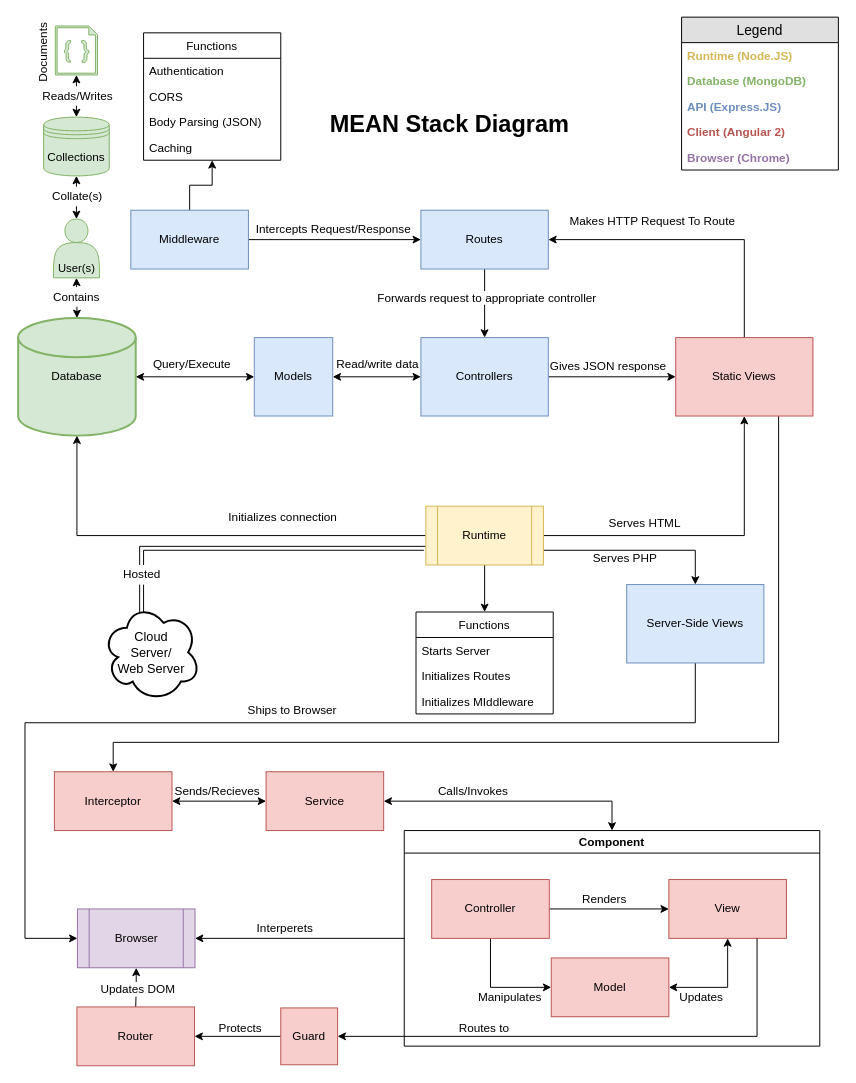
Earlier version of the draw.io diagram misc/MEAN-Stack.drawio (bag33188/PokeROM). Source tidied: cells renumbered, new cells numbered last; positions are measured from the earlier drawing's top-left corner, leaving out a move shared by most shapes. Both pictures are drawn from the tidied source at 98%, with x=0, y=0 at pixel (18, 17).
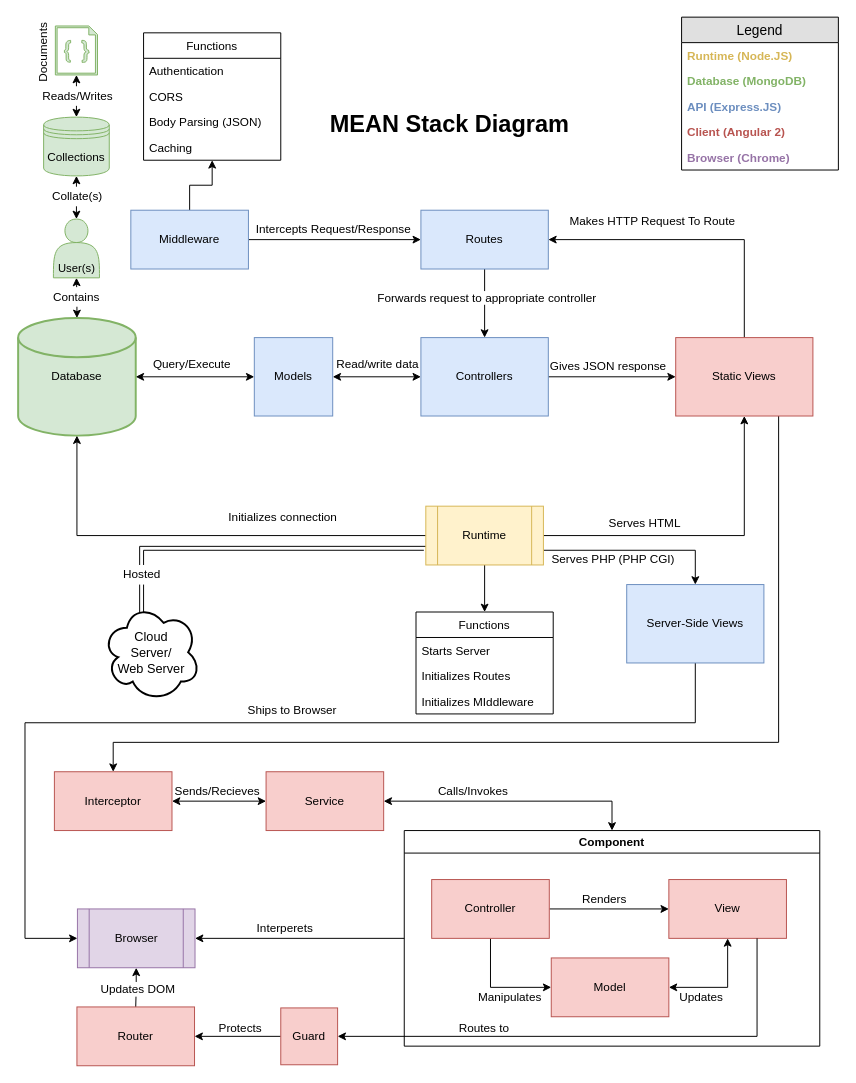
Above is the later version.

Commit message:
update php label

Diff of the diagram source:
```diff
@@
-    <mxCell id="84" value="Serves PHP" style="text;html=1;strokeColor=none;fillColor=none;align=center;verticalAlign=middle;whiteSpace=wrap;rounded=0;" parent="1" vertex="1">
-      <mxGeometry x="574" y="542" width="91" height="20" as="geometry" />
+    <mxCell id="84" value="Serves PHP (PHP CGI)" style="text;html=1;strokeColor=none;fillColor=none;align=center;verticalAlign=middle;whiteSpace=wrap;rounded=0;" parent="1" vertex="1">
+      <mxGeometry x="536" y="543" width="143" height="20" as="geometry" />
     </mxCell>
```
